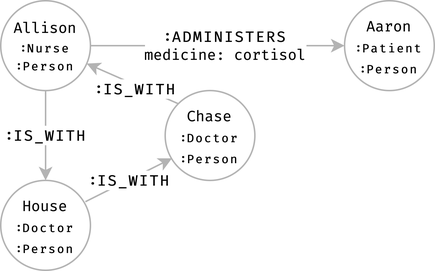
The draw.io diagram examples/hospital/images/window-1.png in Emanuele-Falzone-PhD-Thesis/seraph-example, before a commit. Source tidied: cells renumbered, new cells last; positions are measured from the earlier drawing's top-left corner, leaving out a move shared by most shapes. Source of this version:
```xml
<mxGraphModel>
  <root>
    <mxCell id="0" />
    <mxCell id="1" parent="0" />
    <mxCell id="2" style="edgeStyle=orthogonalEdgeStyle;rounded=0;jettySize=auto;html=1;entryX=0.5;entryY=0;entryDx=0;entryDy=0;strokeColor=#B3B3B3;" parent="1" edge="1" source="6" target="8">
      <mxGeometry relative="1" as="geometry" />
    </mxCell>
    <mxCell id="3" value="&lt;font face=&quot;Fira Code&quot; style=&quot;font-size: 10px&quot;&gt;&lt;b&gt;:IS_WITH&lt;/b&gt;&lt;/font&gt;" style="edgeLabel;html=1;align=center;verticalAlign=middle;fontSize=10;strokeColor=#B3B3B3;" parent="2" vertex="1">
      <mxGeometry x="0.08" relative="1" as="geometry">
        <mxPoint y="-2.4" as="offset" />
      </mxGeometry>
    </mxCell>
    <mxCell id="4" style="edgeStyle=none;rounded=0;jettySize=auto;html=1;exitX=1;exitY=0.5;exitDx=0;exitDy=0;entryX=0;entryY=0.5;entryDx=0;entryDy=0;strokeColor=#B3B3B3;fontFamily=Fira Code;fontSource=https%3A%2F%2Ffonts.googleapis.com%2Fcss%3Ffamily%3DFira%2BCode;fontSize=10;" parent="1" edge="1" source="6" target="12">
      <mxGeometry relative="1" as="geometry" />
    </mxCell>
    <mxCell id="5" value="&lt;b&gt;:ADMINISTERS&lt;/b&gt;&lt;br&gt;medicine: cortisol" style="edgeLabel;html=1;align=center;verticalAlign=middle;fontSize=10;fontFamily=Fira Code;" parent="4" vertex="1">
      <mxGeometry x="-0.23" relative="1" as="geometry">
        <mxPoint x="24.3" as="offset" />
      </mxGeometry>
    </mxCell>
    <mxCell id="6" value="&lt;font style=&quot;font-family: &amp;#34;fira code&amp;#34;&quot;&gt;Allison&lt;/font&gt;&lt;br style=&quot;font-family: &amp;#34;fira code&amp;#34;&quot;&gt;&lt;b style=&quot;font-family: &amp;#34;fira code&amp;#34; ; font-size: 8px&quot;&gt;:Nurse&lt;br&gt;:Person&lt;/b&gt;&lt;font face=&quot;Fira Code&quot;&gt;&lt;br style=&quot;font-size: 10px&quot;&gt;&lt;/font&gt;" style="ellipse;whiteSpace=wrap;html=1;strokeWidth=1;fontSize=10;strokeColor=#B3B3B3;" parent="1" vertex="1">
      <mxGeometry width="60" height="60" as="geometry" />
    </mxCell>
    <mxCell id="7" value="&lt;font face=&quot;Fira Code&quot; style=&quot;font-size: 10px&quot;&gt;&lt;b&gt;:IS_WITH&lt;/b&gt;&lt;/font&gt;" style="edgeStyle=none;rounded=0;jettySize=auto;html=1;exitX=0.944;exitY=0.237;exitDx=0;exitDy=0;entryX=0.076;entryY=0.754;entryDx=0;entryDy=0;entryPerimeter=0;exitPerimeter=0;strokeColor=#B3B3B3;" parent="1" edge="1" source="8" target="11">
      <mxGeometry relative="1" as="geometry" />
    </mxCell>
    <mxCell id="8" value="&lt;span style=&quot;font-family: &amp;#34;fira code&amp;#34; ; font-size: 10px&quot;&gt;House&lt;/span&gt;&lt;br style=&quot;font-family: &amp;#34;fira code&amp;#34; ; font-size: 10px&quot;&gt;&lt;font style=&quot;font-family: &amp;#34;fira code&amp;#34; ; font-size: 8px&quot;&gt;&lt;b&gt;:Doctor&lt;br&gt;:Person&lt;/b&gt;&lt;/font&gt;&lt;font face=&quot;Fira Code&quot;&gt;&lt;br&gt;&lt;/font&gt;" style="ellipse;whiteSpace=wrap;html=1;strokeWidth=1;strokeColor=#B3B3B3;" parent="1" vertex="1">
      <mxGeometry y="120" width="60" height="60" as="geometry" />
    </mxCell>
    <mxCell id="9" style="edgeStyle=none;rounded=0;jettySize=auto;html=1;exitX=0;exitY=0;exitDx=0;exitDy=0;strokeColor=#B3B3B3;" parent="1" edge="1" source="11" target="6">
      <mxGeometry relative="1" as="geometry" />
    </mxCell>
    <mxCell id="10" value="&lt;font face=&quot;Fira Code&quot; style=&quot;font-size: 10px&quot;&gt;&lt;b&gt;:IS_WITH&lt;/b&gt;&lt;/font&gt;" style="edgeLabel;html=1;align=center;verticalAlign=middle;fontSize=10;strokeColor=#B3B3B3;" parent="9" vertex="1">
      <mxGeometry x="-0.24" relative="1" as="geometry">
        <mxPoint x="-5.4" as="offset" />
      </mxGeometry>
    </mxCell>
    <mxCell id="11" value="&lt;span style=&quot;font-family: &amp;#34;fira code&amp;#34; ; font-size: 10px&quot;&gt;Chase&lt;/span&gt;&lt;br style=&quot;font-family: &amp;#34;fira code&amp;#34; ; font-size: 10px&quot;&gt;&lt;font style=&quot;font-family: &amp;#34;fira code&amp;#34; ; font-size: 8px&quot;&gt;&lt;b&gt;:Doctor&lt;br&gt;:Person&lt;/b&gt;&lt;/font&gt;&lt;font face=&quot;Fira Code&quot;&gt;&lt;br&gt;&lt;/font&gt;" style="ellipse;whiteSpace=wrap;html=1;strokeWidth=1;strokeColor=#B3B3B3;" parent="1" vertex="1">
      <mxGeometry x="110" y="60" width="60" height="60" as="geometry" />
    </mxCell>
    <mxCell id="12" value="&lt;font style=&quot;font-family: &amp;#34;fira code&amp;#34; ; font-size: 10px&quot;&gt;Aaron&lt;/font&gt;&lt;br style=&quot;font-family: &amp;#34;fira code&amp;#34; ; font-size: 10px&quot;&gt;&lt;b style=&quot;font-family: &amp;#34;fira code&amp;#34; ; font-size: 8px&quot;&gt;:Patient&lt;br&gt;:Person&lt;/b&gt;&lt;font face=&quot;Fira Code&quot;&gt;&lt;br&gt;&lt;/font&gt;" style="ellipse;whiteSpace=wrap;html=1;strokeWidth=1;strokeColor=#B3B3B3;" parent="1" vertex="1">
      <mxGeometry x="230" width="60" height="60" as="geometry" />
    </mxCell>
  </root>
</mxGraphModel>
```
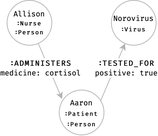
After the commit.

Diff of the diagram source:
```diff
@@ -2,44 +2,30 @@
   <root>
     <mxCell id="0" />
     <mxCell id="1" parent="0" />
-    <mxCell id="2" style="edgeStyle=orthogonalEdgeStyle;rounded=0;jettySize=auto;html=1;entryX=0.5;entryY=0;entryDx=0;entryDy=0;strokeColor=#B3B3B3;" parent="1" edge="1" source="6" target="8">
+    <mxCell id="2" style="edgeStyle=none;rounded=0;jettySize=auto;html=1;strokeColor=#B3B3B3;exitX=0.925;exitY=0.241;exitDx=0;exitDy=0;exitPerimeter=0;" parent="1" edge="1" source="8" target="4">
       <mxGeometry relative="1" as="geometry" />
     </mxCell>
-    <mxCell id="3" value="&lt;font face=&quot;Fira Code&quot; style=&quot;font-size: 10px&quot;&gt;&lt;b&gt;:IS_WITH&lt;/b&gt;&lt;/font&gt;" style="edgeLabel;html=1;align=center;verticalAlign=middle;fontSize=10;strokeColor=#B3B3B3;" parent="2" vertex="1">
-      <mxGeometry x="0.08" relative="1" as="geometry">
-        <mxPoint y="-2.4" as="offset" />
+    <mxCell id="3" value="&lt;font face=&quot;Fira Code&quot; style=&quot;font-size: 10px;&quot;&gt;&lt;b style=&quot;font-size: 10px;&quot;&gt;:TESTED_FOR&lt;/b&gt;&lt;br style=&quot;font-size: 10px;&quot;&gt;positive: true&lt;br style=&quot;font-size: 10px;&quot;&gt;&lt;/font&gt;" style="edgeLabel;html=1;align=center;verticalAlign=middle;fontSize=10;strokeColor=#B3B3B3;" parent="2" vertex="1">
+      <mxGeometry x="-0.37" y="-2" relative="1" as="geometry">
+        <mxPoint x="22.4" y="-21.1" as="offset" />
       </mxGeometry>
     </mxCell>
-    <mxCell id="4" style="edgeStyle=none;rounded=0;jettySize=auto;html=1;exitX=1;exitY=0.5;exitDx=0;exitDy=0;entryX=0;entryY=0.5;entryDx=0;entryDy=0;strokeColor=#B3B3B3;fontFamily=Fira Code;fontSource=https%3A%2F%2Ffonts.googleapis.com%2Fcss%3Ffamily%3DFira%2BCode;fontSize=10;" parent="1" edge="1" source="6" target="12">
-      <mxGeometry relative="1" as="geometry" />
+    <mxCell id="4" value="&lt;font style=&quot;font-size: 10px ; font-family: &amp;#34;fira code&amp;#34;&quot;&gt;Norovirus&lt;/font&gt;&lt;br style=&quot;font-size: 10px ; font-family: &amp;#34;fira code&amp;#34;&quot;&gt;&lt;b style=&quot;font-family: &amp;#34;fira code&amp;#34; ; font-size: 8px&quot;&gt;:Virus&lt;/b&gt;&lt;font face=&quot;Fira Code&quot;&gt;&lt;br&gt;&lt;/font&gt;" style="ellipse;whiteSpace=wrap;html=1;strokeWidth=1;strokeColor=#B3B3B3;" parent="1" vertex="1">
+      <mxGeometry x="70" width="60" height="60" as="geometry" />
     </mxCell>
-    <mxCell id="5" value="&lt;b&gt;:ADMINISTERS&lt;/b&gt;&lt;br&gt;medicine: cortisol" style="edgeLabel;html=1;align=center;verticalAlign=middle;fontSize=10;fontFamily=Fira Code;" parent="4" vertex="1">
-      <mxGeometry x="-0.23" relative="1" as="geometry">
-        <mxPoint x="24.3" as="offset" />
-      </mxGeometry>
+    <mxCell id="5" style="rounded=0;jettySize=auto;html=1;entryX=0.064;entryY=0.2;entryDx=0;entryDy=0;fontSize=10;strokeColor=#B3B3B3;entryPerimeter=0;" parent="1" edge="1" source="7" target="8">
+      <mxGeometry relative="1" as="geometry" />
     </mxCell>
-    <mxCell id="6" value="&lt;font style=&quot;font-family: &amp;#34;fira code&amp;#34;&quot;&gt;Allison&lt;/font&gt;&lt;br style=&quot;font-family: &amp;#34;fira code&amp;#34;&quot;&gt;&lt;b style=&quot;font-family: &amp;#34;fira code&amp;#34; ; font-size: 8px&quot;&gt;:Nurse&lt;br&gt;:Person&lt;/b&gt;&lt;font face=&quot;Fira Code&quot;&gt;&lt;br style=&quot;font-size: 10px&quot;&gt;&lt;/font&gt;" style="ellipse;whiteSpace=wrap;html=1;strokeWidth=1;fontSize=10;strokeColor=#B3B3B3;" parent="1" vertex="1">
-      <mxGeometry width="60" height="60" as="geometry" />
+    <mxCell id="6" value="&lt;font face=&quot;Fira Code&quot; style=&quot;font-size: 10px;&quot;&gt;&lt;b style=&quot;font-size: 10px;&quot;&gt;:ADMINISTERS&lt;/b&gt;&lt;br style=&quot;font-size: 10px;&quot;&gt;medicine: cortisol&lt;/font&gt;" style="edgeLabel;html=1;align=center;verticalAlign=middle;points=[];fontSize=10;strokeColor=#B3B3B3;" parent="5" vertex="1">
+      <mxGeometry x="0.08" relative="1" as="geometry">
+        <mxPoint x="-14.4" y="-7.5" as="offset" />
+      </mxGeometry>
     </mxCell>
-    <mxCell id="7" value="&lt;font face=&quot;Fira Code&quot; style=&quot;font-size: 10px&quot;&gt;&lt;b&gt;:IS_WITH&lt;/b&gt;&lt;/font&gt;" style="edgeStyle=none;rounded=0;jettySize=auto;html=1;exitX=0.944;exitY=0.237;exitDx=0;exitDy=0;entryX=0.076;entryY=0.754;entryDx=0;entryDy=0;entryPerimeter=0;exitPerimeter=0;strokeColor=#B3B3B3;" parent="1" edge="1" source="8" target="11">
-      <mxGeometry relative="1" as="geometry" />
+    <mxCell id="7" value="&lt;font&gt;&lt;font style=&quot;line-height: 70%&quot;&gt;&lt;font style=&quot;font-size: 10px&quot;&gt;Allison&lt;/font&gt;&lt;br style=&quot;font-size: 10px&quot;&gt;&lt;b style=&quot;font-size: 8px&quot;&gt;&lt;font style=&quot;font-size: 8px&quot;&gt;:Nurse&lt;br&gt;&lt;/font&gt;:Person&lt;/b&gt;&lt;/font&gt;&lt;br style=&quot;font-size: 10px&quot;&gt;&lt;/font&gt;" style="ellipse;whiteSpace=wrap;html=1;strokeWidth=1;fontFamily=Fira Code;fontSource=https%3A%2F%2Ffonts.googleapis.com%2Fcss%3Ffamily%3DFira%2BCode;fontSize=10;strokeColor=#B3B3B3;" parent="1" vertex="1">
+      <mxGeometry x="-70" width="60" height="60" as="geometry" />
     </mxCell>
-    <mxCell id="8" value="&lt;span style=&quot;font-family: &amp;#34;fira code&amp;#34; ; font-size: 10px&quot;&gt;House&lt;/span&gt;&lt;br style=&quot;font-family: &amp;#34;fira code&amp;#34; ; font-size: 10px&quot;&gt;&lt;font style=&quot;font-family: &amp;#34;fira code&amp;#34; ; font-size: 8px&quot;&gt;&lt;b&gt;:Doctor&lt;br&gt;:Person&lt;/b&gt;&lt;/font&gt;&lt;font face=&quot;Fira Code&quot;&gt;&lt;br&gt;&lt;/font&gt;" style="ellipse;whiteSpace=wrap;html=1;strokeWidth=1;strokeColor=#B3B3B3;" parent="1" vertex="1">
+    <mxCell id="8" value="&lt;font style=&quot;font-family: &amp;#34;fira code&amp;#34; ; font-size: 10px&quot;&gt;Aaron&lt;/font&gt;&lt;br style=&quot;font-family: &amp;#34;fira code&amp;#34; ; font-size: 10px&quot;&gt;&lt;b style=&quot;font-family: &amp;#34;fira code&amp;#34; ; font-size: 8px&quot;&gt;:Patient&lt;br&gt;:Person&lt;/b&gt;&lt;font face=&quot;Fira Code&quot;&gt;&lt;br&gt;&lt;/font&gt;" style="ellipse;whiteSpace=wrap;html=1;strokeWidth=1;strokeColor=#B3B3B3;" parent="1" vertex="1">
       <mxGeometry y="120" width="60" height="60" as="geometry" />
     </mxCell>
-    <mxCell id="9" style="edgeStyle=none;rounded=0;jettySize=auto;html=1;exitX=0;exitY=0;exitDx=0;exitDy=0;strokeColor=#B3B3B3;" parent="1" edge="1" source="11" target="6">
-      <mxGeometry relative="1" as="geometry" />
-    </mxCell>
-    <mxCell id="10" value="&lt;font face=&quot;Fira Code&quot; style=&quot;font-size: 10px&quot;&gt;&lt;b&gt;:IS_WITH&lt;/b&gt;&lt;/font&gt;" style="edgeLabel;html=1;align=center;verticalAlign=middle;fontSize=10;strokeColor=#B3B3B3;" parent="9" vertex="1">
-      <mxGeometry x="-0.24" relative="1" as="geometry">
-        <mxPoint x="-5.4" as="offset" />
-      </mxGeometry>
-    </mxCell>
-    <mxCell id="11" value="&lt;span style=&quot;font-family: &amp;#34;fira code&amp;#34; ; font-size: 10px&quot;&gt;Chase&lt;/span&gt;&lt;br style=&quot;font-family: &amp;#34;fira code&amp;#34; ; font-size: 10px&quot;&gt;&lt;font style=&quot;font-family: &amp;#34;fira code&amp;#34; ; font-size: 8px&quot;&gt;&lt;b&gt;:Doctor&lt;br&gt;:Person&lt;/b&gt;&lt;/font&gt;&lt;font face=&quot;Fira Code&quot;&gt;&lt;br&gt;&lt;/font&gt;" style="ellipse;whiteSpace=wrap;html=1;strokeWidth=1;strokeColor=#B3B3B3;" parent="1" vertex="1">
-      <mxGeometry x="110" y="60" width="60" height="60" as="geometry" />
-    </mxCell>
-    <mxCell id="12" value="&lt;font style=&quot;font-family: &amp;#34;fira code&amp;#34; ; font-size: 10px&quot;&gt;Aaron&lt;/font&gt;&lt;br style=&quot;font-family: &amp;#34;fira code&amp;#34; ; font-size: 10px&quot;&gt;&lt;b style=&quot;font-family: &amp;#34;fira code&amp;#34; ; font-size: 8px&quot;&gt;:Patient&lt;br&gt;:Person&lt;/b&gt;&lt;font face=&quot;Fira Code&quot;&gt;&lt;br&gt;&lt;/font&gt;" style="ellipse;whiteSpace=wrap;html=1;strokeWidth=1;strokeColor=#B3B3B3;" parent="1" vertex="1">
-      <mxGeometry x="230" width="60" height="60" as="geometry" />
-    </mxCell>
   </root>
 </mxGraphModel>
```
